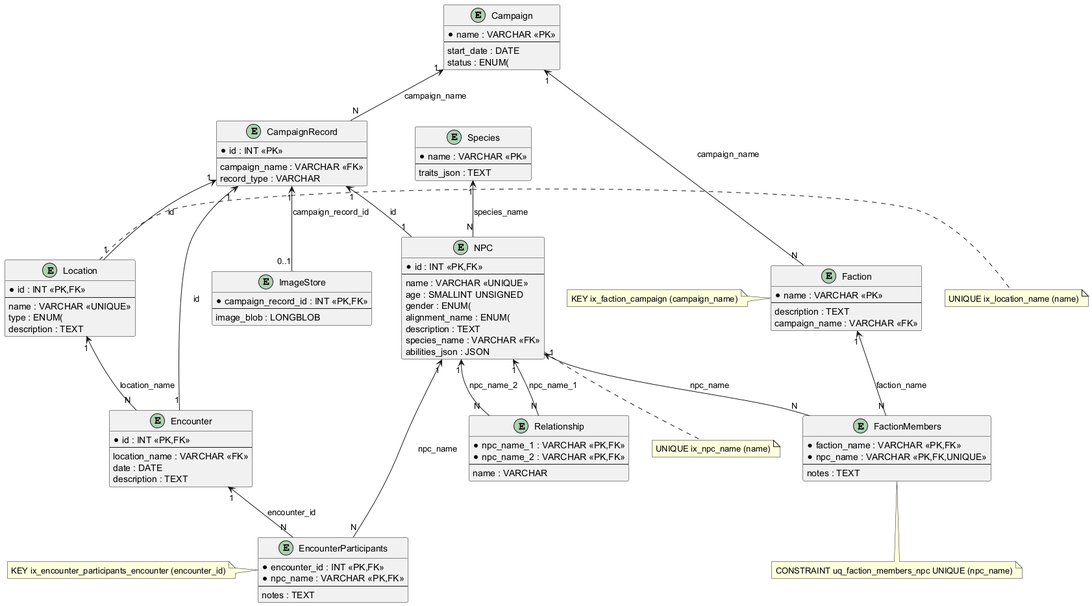
Earlier version of the PlantUML export docs/images/erd.png (rbroderi/TTRPGDataManager). Source of this version:
```plantuml
@startuml ERD
top to bottom direction

entity Campaign {
  *name : VARCHAR <<PK>>
  --
  start_date : DATE
  status : ENUM(
}

entity Species {
  *name : VARCHAR <<PK>>
  --
  traits_json : TEXT
}

entity Faction {
  *name : VARCHAR <<PK>>
  --
  description : TEXT
  campaign_name : VARCHAR <<FK>>
}

entity FactionMembers {
  *faction_name : VARCHAR <<PK,FK>>
  *npc_name : VARCHAR <<PK,FK,UNIQUE>>
  --
  notes : TEXT
}

entity Relationship {
  *npc_name_1 : VARCHAR <<PK,FK>>
  *npc_name_2 : VARCHAR <<PK,FK>>
  --
  name : VARCHAR
}

entity EncounterParticipants {
  *encounter_id : INT <<PK,FK>>
  *npc_name : VARCHAR <<PK,FK>>
  --
  notes : TEXT
}

together {
  entity CampaignRecord {
    *id : INT <<PK>>
    --
    campaign_name : VARCHAR <<FK>>
    record_type : VARCHAR
  }

  entity Location {
    *id : INT <<PK,FK>>
    --
    name : VARCHAR <<UNIQUE>>
    type : ENUM(
    description : TEXT
  }

  entity Encounter {
    *id : INT <<PK,FK>>
    --
    location_name : VARCHAR <<FK>>
    date : DATE
    description : TEXT
  }

  entity ImageStore {
    *campaign_record_id : INT <<PK,FK>>
    --
    image_blob : LONGBLOB
  }
}

entity NPC {
  *id : INT <<PK,FK>>
  --
  name : VARCHAR <<UNIQUE>>
  age : SMALLINT UNSIGNED
  gender : ENUM(
  alignment_name : ENUM(
  description : TEXT
  species_name : VARCHAR <<FK>>
  abilities_json : JSON
}

Campaign "1" <-- "N" CampaignRecord : campaign_name
CampaignRecord "1" <-- "1" NPC : id
CampaignRecord "1" <-- "1" Location : id
CampaignRecord "1" <-- "1" Encounter : id
CampaignRecord "1" <-- "0..1" ImageStore : campaign_record_id
Species "1" <-- "N" NPC : species_name
Campaign "1" <-- "N" Faction : campaign_name
Location "1" <-- "N" Encounter : location_name
NPC "1" <-- "N" FactionMembers : npc_name
Faction "1" <-- "N" FactionMembers : faction_name
Encounter "1" <-- "N" EncounterParticipants : encounter_id
NPC "1" <-- "N" EncounterParticipants : npc_name
NPC "1" <-- "N" Relationship : npc_name_1
NPC "1" <-- "N" Relationship : npc_name_2

note bottom of FactionMembers
  CONSTRAINT uq_faction_members_npc UNIQUE (npc_name)
end note

note left of Faction
  KEY ix_faction_campaign (campaign_name)
end note

note right of Location
  UNIQUE ix_location_name (name)
end note

note bottom of NPC
  UNIQUE ix_npc_name (name)
end note

note left of EncounterParticipants
  KEY ix_encounter_participants_encounter (encounter_id)
end note

@enduml
```
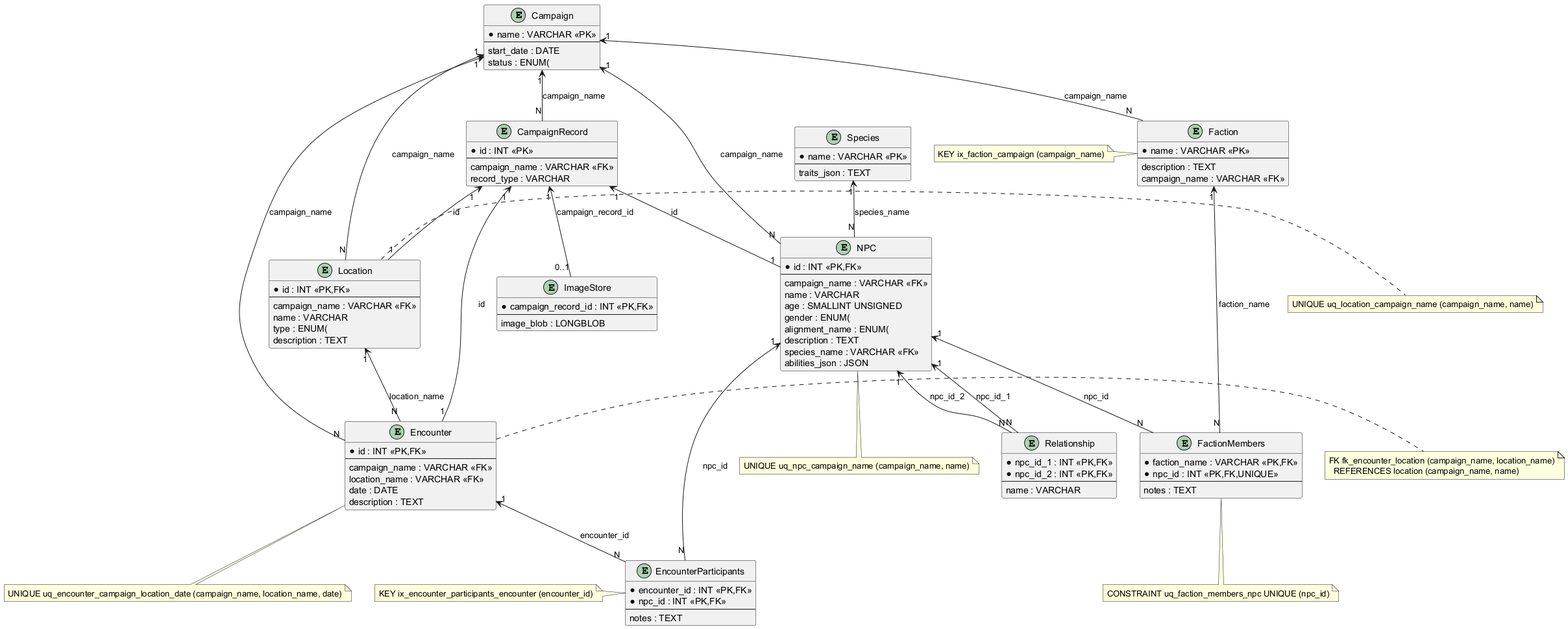
Later version of the same file.

The edit, as a diff of the source:
```diff
@@ -23,21 +23,21 @@
 
 entity FactionMembers {
   *faction_name : VARCHAR <<PK,FK>>
-  *npc_name : VARCHAR <<PK,FK,UNIQUE>>
+  *npc_id : INT <<PK,FK,UNIQUE>>
   --
   notes : TEXT
 }
 
 entity Relationship {
-  *npc_name_1 : VARCHAR <<PK,FK>>
-  *npc_name_2 : VARCHAR <<PK,FK>>
+  *npc_id_1 : INT <<PK,FK>>
+  *npc_id_2 : INT <<PK,FK>>
   --
   name : VARCHAR
 }
 
 entity EncounterParticipants {
   *encounter_id : INT <<PK,FK>>
-  *npc_name : VARCHAR <<PK,FK>>
+  *npc_id : INT <<PK,FK>>
   --
   notes : TEXT
 }
@@ -53,7 +53,8 @@
   entity Location {
     *id : INT <<PK,FK>>
     --
-    name : VARCHAR <<UNIQUE>>
+    campaign_name : VARCHAR <<FK>>
+    name : VARCHAR
     type : ENUM(
     description : TEXT
   }
@@ -61,6 +62,7 @@
   entity Encounter {
     *id : INT <<PK,FK>>
     --
+    campaign_name : VARCHAR <<FK>>
     location_name : VARCHAR <<FK>>
     date : DATE
     description : TEXT
@@ -76,7 +78,8 @@
 entity NPC {
   *id : INT <<PK,FK>>
   --
-  name : VARCHAR <<UNIQUE>>
+  campaign_name : VARCHAR <<FK>>
+  name : VARCHAR
   age : SMALLINT UNSIGNED
   gender : ENUM(
   alignment_name : ENUM(
@@ -93,15 +96,18 @@
 Species "1" <-- "N" NPC : species_name
 Campaign "1" <-- "N" Faction : campaign_name
 Location "1" <-- "N" Encounter : location_name
-NPC "1" <-- "N" FactionMembers : npc_name
+Campaign "1" <-- "N" Location : campaign_name
+Campaign "1" <-- "N" NPC : campaign_name
+Campaign "1" <-- "N" Encounter : campaign_name
+NPC "1" <-- "N" FactionMembers : npc_id
 Faction "1" <-- "N" FactionMembers : faction_name
 Encounter "1" <-- "N" EncounterParticipants : encounter_id
-NPC "1" <-- "N" EncounterParticipants : npc_name
-NPC "1" <-- "N" Relationship : npc_name_1
-NPC "1" <-- "N" Relationship : npc_name_2
+NPC "1" <-- "N" EncounterParticipants : npc_id
+NPC "1" <-- "N" Relationship : npc_id_1
+NPC "1" <-- "N" Relationship : npc_id_2
 
 note bottom of FactionMembers
-  CONSTRAINT uq_faction_members_npc UNIQUE (npc_name)
+  CONSTRAINT uq_faction_members_npc UNIQUE (npc_id)
 end note
 
 note left of Faction
@@ -109,11 +115,20 @@
 end note
 
 note right of Location
-  UNIQUE ix_location_name (name)
+  UNIQUE uq_location_campaign_name (campaign_name, name)
+end note
+
+note bottom of Encounter
+  UNIQUE uq_encounter_campaign_location_date (campaign_name, location_name, date)
+end note
+
+note right of Encounter
+  FK fk_encounter_location (campaign_name, location_name)
+    REFERENCES location (campaign_name, name)
 end note
 
 note bottom of NPC
-  UNIQUE ix_npc_name (name)
+  UNIQUE uq_npc_campaign_name (campaign_name, name)
 end note
 
 note left of EncounterParticipants
```
